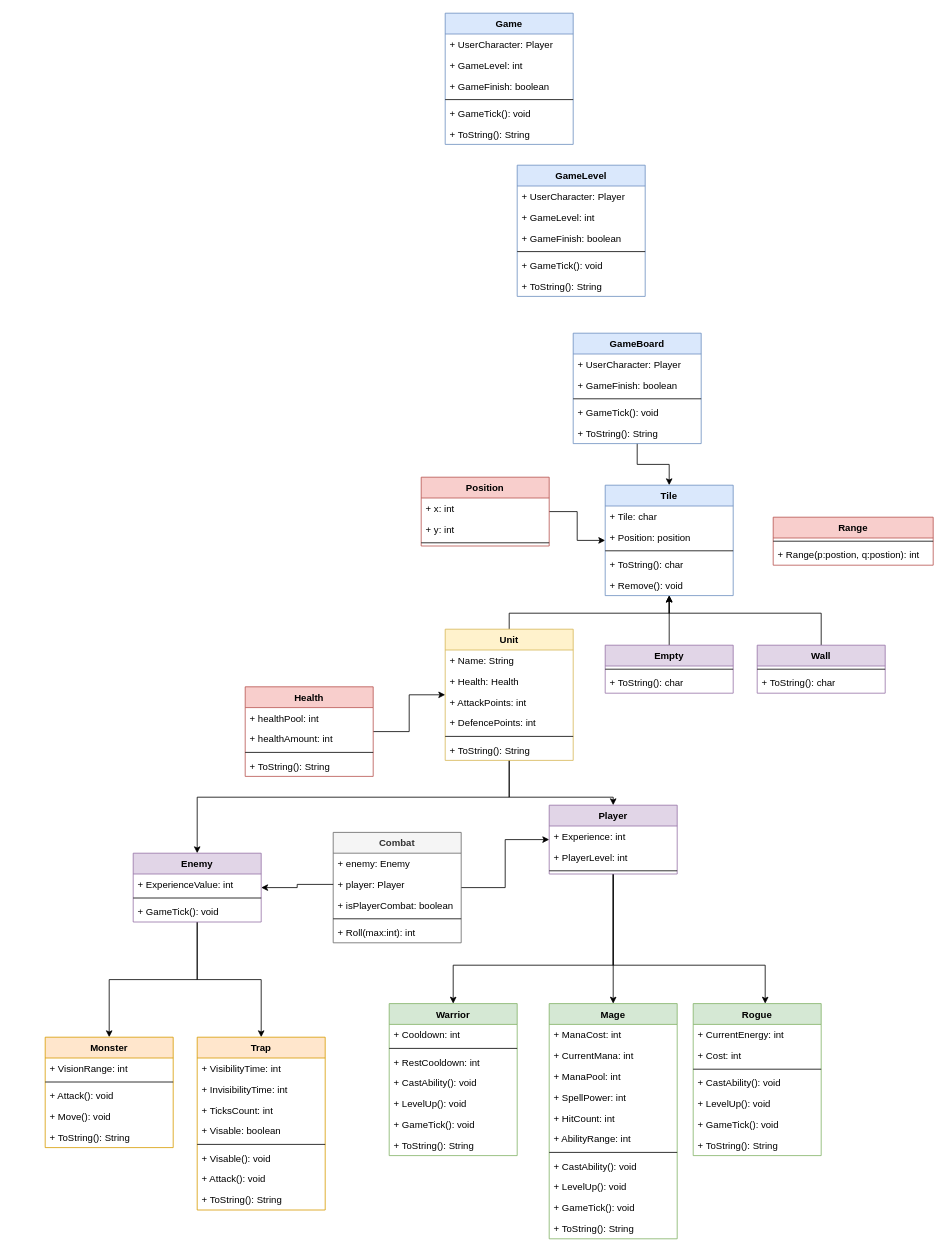
Before: hw3.drawio in inbarbc/Dungeons_and_Dragons, a draw.io diagram. Source tidied: cells renumbered, new cells numbered last; positions are measured from the earlier drawing's top-left corner, leaving out a move shared by most shapes. Both pictures are drawn from the tidied source at 80%, with x=0, y=0 at pixel (45, 13).
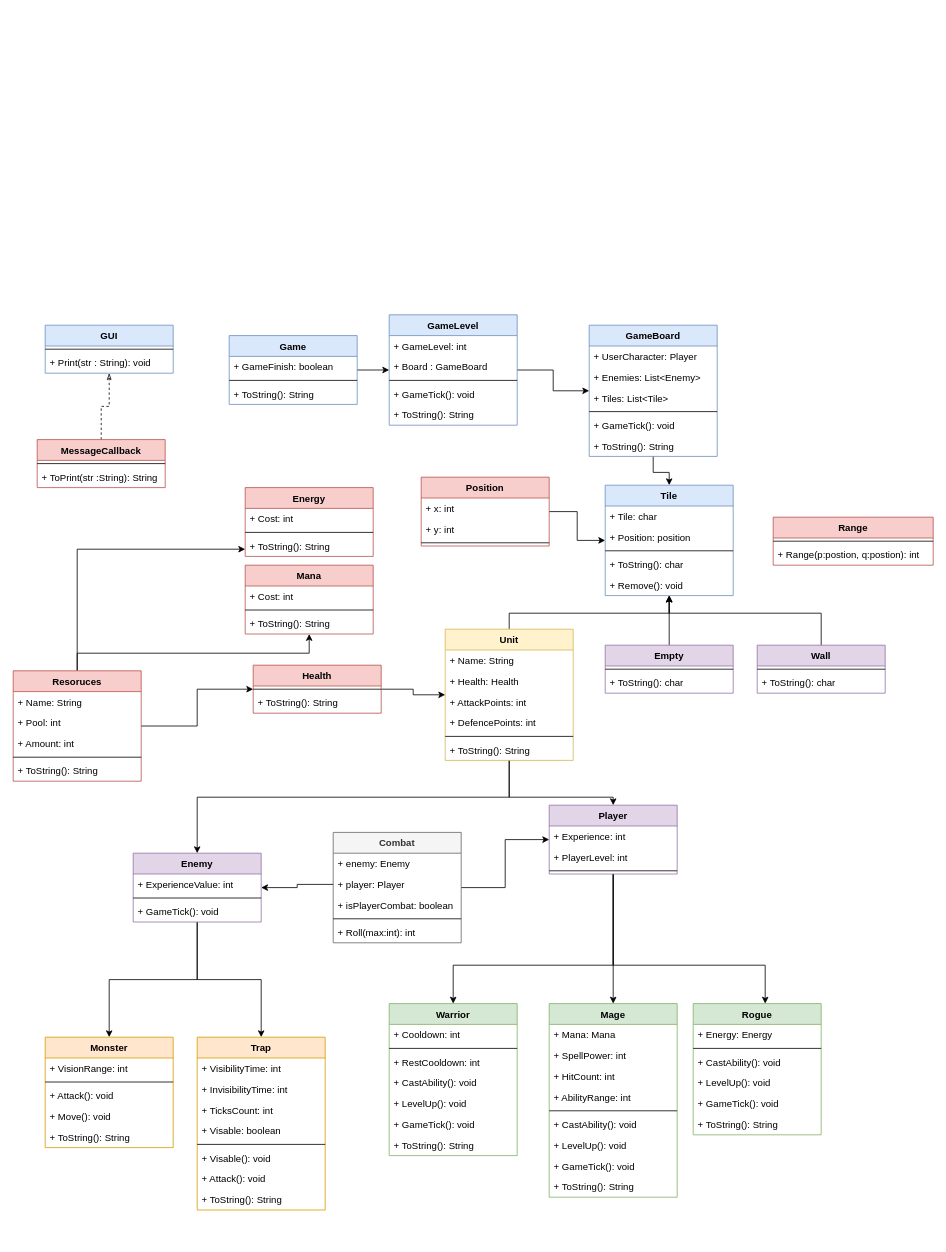
The same page after the edit.

Diff of the diagram source:
```diff
@@
     <mxCell id="3" value="GameBoard" style="swimlane;fontStyle=1;align=center;verticalAlign=top;horizontal=1;startSize=26;fillColor=#dae8fc;strokeColor=#6c8ebf;" parent="1" vertex="1">
-      <mxGeometry x="660" y="400" width="160" height="138" as="geometry" />
+      <mxGeometry x="680" y="390" width="160" height="164" as="geometry" />
     </mxCell>
@@
-    <mxCell id="5" value="+ GameFinish: boolean" style="text;strokeColor=none;fillColor=none;align=left;verticalAlign=top;spacingLeft=4;spacingRight=4;overflow=hidden;" parent="3" vertex="1">
-      <mxGeometry y="52" width="160" height="26" as="geometry" />
-    </mxCell>
+    <mxCell id="125" value="+ Enemies: List&lt;Enemy&gt;" style="text;strokeColor=none;fillColor=none;align=left;verticalAlign=top;spacingLeft=4;spacingRight=4;overflow=hidden;" parent="3" vertex="1">
+      <mxGeometry y="52" width="160" height="26" as="geometry" />
+    </mxCell>
+    <mxCell id="126" value="+ Tiles: List&lt;Tile&gt;" style="text;strokeColor=none;fillColor=none;align=left;verticalAlign=top;spacingLeft=4;spacingRight=4;overflow=hidden;" parent="3" vertex="1">
+      <mxGeometry y="78" width="160" height="26" as="geometry" />
+    </mxCell>
     <mxCell id="6" style="line;strokeWidth=1;fillColor=none;align=left;verticalAlign=middle;spacingTop=-1;spacingLeft=3;spacingRight=3;labelPosition=right;" parent="3" vertex="1">
-      <mxGeometry y="78" width="160" height="8" as="geometry" />
+      <mxGeometry y="104" width="160" height="8" as="geometry" />
     </mxCell>
     <mxCell id="7" value="+ GameTick(): void" style="text;strokeColor=none;fillColor=none;align=left;verticalAlign=top;spacingLeft=4;spacingRight=4;overflow=hidden;" parent="3" vertex="1">
-      <mxGeometry y="86" width="160" height="26" as="geometry" />
+      <mxGeometry y="112" width="160" height="26" as="geometry" />
     </mxCell>
     <mxCell id="8" value="+ ToString(): String" style="text;strokeColor=none;fillColor=none;align=left;verticalAlign=top;spacingLeft=4;spacingRight=4;overflow=hidden;" parent="3" vertex="1">
-      <mxGeometry y="112" width="160" height="26" as="geometry" />
+      <mxGeometry y="138" width="160" height="26" as="geometry" />
     </mxCell>
@@
     <mxCell id="62" value="Health" style="swimlane;fontStyle=1;align=center;verticalAlign=top;horizontal=1;startSize=26;fillColor=#f8cecc;strokeColor=#b85450;" parent="1" vertex="1">
-      <mxGeometry x="250" y="842" width="160" height="112" as="geometry" />
+      <mxGeometry x="260" y="815" width="160" height="60" as="geometry" />
     </mxCell>
-    <mxCell id="63" value="+ healthPool: int" style="text;strokeColor=none;fillColor=none;align=left;verticalAlign=top;spacingLeft=4;spacingRight=4;overflow=hidden;" parent="62" vertex="1">
-      <mxGeometry y="26" width="160" height="26" as="geometry" />
-    </mxCell>
-    <mxCell id="64" value="+ healthAmount: int" style="text;strokeColor=none;fillColor=none;align=left;verticalAlign=top;spacingLeft=4;spacingRight=4;overflow=hidden;" parent="62" vertex="1">
-      <mxGeometry y="52" width="160" height="26" as="geometry" />
-    </mxCell>
     <mxCell id="65" style="line;strokeWidth=1;fillColor=none;align=left;verticalAlign=middle;spacingTop=-1;spacingLeft=3;spacingRight=3;labelPosition=right;" parent="62" vertex="1">
-      <mxGeometry y="78" width="160" height="8" as="geometry" />
+      <mxGeometry y="26" width="160" height="8" as="geometry" />
     </mxCell>
-    <mxCell id="66" value="+ ToString(): String" style="text;strokeColor=none;fillColor=none;align=left;verticalAlign=top;spacingLeft=4;spacingRight=4;overflow=hidden;" parent="62" vertex="1">
-      <mxGeometry y="86" width="160" height="26" as="geometry" />
-    </mxCell>
+    <mxCell id="127" value="+ ToString(): String" style="text;strokeColor=none;fillColor=none;align=left;verticalAlign=top;spacingLeft=4;spacingRight=4;overflow=hidden;" parent="62" vertex="1">
+      <mxGeometry y="34" width="160" height="26" as="geometry" />
+    </mxCell>
@@
     <mxCell id="75" value="Mage" style="swimlane;fontStyle=1;align=center;verticalAlign=top;horizontal=1;startSize=26;fillColor=#d5e8d4;strokeColor=#82b366;" parent="1" vertex="1">
-      <mxGeometry x="630" y="1238" width="160" height="294" as="geometry" />
+      <mxGeometry x="630" y="1238" width="160" height="242" as="geometry" />
     </mxCell>
-    <mxCell id="76" value="+ ManaCost: int" style="text;strokeColor=none;fillColor=none;align=left;verticalAlign=top;spacingLeft=4;spacingRight=4;overflow=hidden;" parent="75" vertex="1">
-      <mxGeometry y="26" width="160" height="26" as="geometry" />
-    </mxCell>
-    <mxCell id="77" value="+ CurrentMana: int" style="text;strokeColor=none;fillColor=none;align=left;verticalAlign=top;spacingLeft=4;spacingRight=4;overflow=hidden;" parent="75" vertex="1">
-      <mxGeometry y="52" width="160" height="26" as="geometry" />
-    </mxCell>
-    <mxCell id="78" value="+ ManaPool: int" style="text;strokeColor=none;fillColor=none;align=left;verticalAlign=top;spacingLeft=4;spacingRight=4;overflow=hidden;" parent="75" vertex="1">
-      <mxGeometry y="78" width="160" height="26" as="geometry" />
-    </mxCell>
+    <mxCell id="128" value="+ Mana: Mana" style="text;strokeColor=none;fillColor=none;align=left;verticalAlign=top;spacingLeft=4;spacingRight=4;overflow=hidden;" parent="75" vertex="1">
+      <mxGeometry y="26" width="160" height="26" as="geometry" />
+    </mxCell>
     <mxCell id="79" value="+ SpellPower: int" style="text;strokeColor=none;fillColor=none;align=left;verticalAlign=top;spacingLeft=4;spacingRight=4;overflow=hidden;" parent="75" vertex="1">
-      <mxGeometry y="104" width="160" height="26" as="geometry" />
+      <mxGeometry y="52" width="160" height="26" as="geometry" />
     </mxCell>
     <mxCell id="80" value="+ HitCount: int" style="text;strokeColor=none;fillColor=none;align=left;verticalAlign=top;spacingLeft=4;spacingRight=4;overflow=hidden;" parent="75" vertex="1">
-      <mxGeometry y="130" width="160" height="26" as="geometry" />
+      <mxGeometry y="78" width="160" height="26" as="geometry" />
     </mxCell>
     <mxCell id="81" value="+ AbilityRange: int" style="text;strokeColor=none;fillColor=none;align=left;verticalAlign=top;spacingLeft=4;spacingRight=4;overflow=hidden;" parent="75" vertex="1">
-      <mxGeometry y="156" width="160" height="26" as="geometry" />
+      <mxGeometry y="104" width="160" height="26" as="geometry" />
     </mxCell>
     <mxCell id="82" style="line;strokeWidth=1;fillColor=none;align=left;verticalAlign=middle;spacingTop=-1;spacingLeft=3;spacingRight=3;labelPosition=right;" parent="75" vertex="1">
-      <mxGeometry y="182" width="160" height="8" as="geometry" />
+      <mxGeometry y="130" width="160" height="8" as="geometry" />
     </mxCell>
     <mxCell id="83" value="+ CastAbility(): void" style="text;strokeColor=none;fillColor=none;align=left;verticalAlign=top;spacingLeft=4;spacingRight=4;overflow=hidden;" parent="75" vertex="1">
-      <mxGeometry y="190" width="160" height="26" as="geometry" />
+      <mxGeometry y="138" width="160" height="26" as="geometry" />
     </mxCell>
     <mxCell id="84" value="+ LevelUp(): void" style="text;strokeColor=none;fillColor=none;align=left;verticalAlign=top;spacingLeft=4;spacingRight=4;overflow=hidden;" parent="75" vertex="1">
-      <mxGeometry y="216" width="160" height="26" as="geometry" />
+      <mxGeometry y="164" width="160" height="26" as="geometry" />
     </mxCell>
     <mxCell id="85" value="+ GameTick(): void" style="text;strokeColor=none;fillColor=none;align=left;verticalAlign=top;spacingLeft=4;spacingRight=4;overflow=hidden;" parent="75" vertex="1">
-      <mxGeometry y="242" width="160" height="26" as="geometry" />
+      <mxGeometry y="190" width="160" height="26" as="geometry" />
     </mxCell>
     <mxCell id="86" value="+ ToString(): String" style="text;strokeColor=none;fillColor=none;align=left;verticalAlign=top;spacingLeft=4;spacingRight=4;overflow=hidden;" parent="75" vertex="1">
-      <mxGeometry y="268" width="160" height="26" as="geometry" />
+      <mxGeometry y="216" width="160" height="26" as="geometry" />
     </mxCell>
     <mxCell id="87" value="Rogue" style="swimlane;fontStyle=1;align=center;verticalAlign=top;horizontal=1;startSize=26;fillColor=#d5e8d4;strokeColor=#82b366;" parent="1" vertex="1">
-      <mxGeometry x="810" y="1238" width="160" height="190" as="geometry" />
+      <mxGeometry x="810" y="1238" width="160" height="164" as="geometry" />
     </mxCell>
-    <mxCell id="88" value="+ CurrentEnergy: int" style="text;strokeColor=none;fillColor=none;align=left;verticalAlign=top;spacingLeft=4;spacingRight=4;overflow=hidden;" parent="87" vertex="1">
+    <mxCell id="88" value="+ Energy: Energy" style="text;strokeColor=none;fillColor=none;align=left;verticalAlign=top;spacingLeft=4;spacingRight=4;overflow=hidden;" parent="87" vertex="1">
       <mxGeometry y="26" width="160" height="26" as="geometry" />
     </mxCell>
-    <mxCell id="89" value="+ Cost: int" style="text;strokeColor=none;fillColor=none;align=left;verticalAlign=top;spacingLeft=4;spacingRight=4;overflow=hidden;" parent="87" vertex="1">
-      <mxGeometry y="52" width="160" height="26" as="geometry" />
-    </mxCell>
     <mxCell id="90" style="line;strokeWidth=1;fillColor=none;align=left;verticalAlign=middle;spacingTop=-1;spacingLeft=3;spacingRight=3;labelPosition=right;" parent="87" vertex="1">
-      <mxGeometry y="78" width="160" height="8" as="geometry" />
+      <mxGeometry y="52" width="160" height="8" as="geometry" />
     </mxCell>
     <mxCell id="91" value="+ CastAbility(): void" style="text;strokeColor=none;fillColor=none;align=left;verticalAlign=top;spacingLeft=4;spacingRight=4;overflow=hidden;" parent="87" vertex="1">
-      <mxGeometry y="86" width="160" height="26" as="geometry" />
+      <mxGeometry y="60" width="160" height="26" as="geometry" />
     </mxCell>
     <mxCell id="92" value="+ LevelUp(): void" style="text;strokeColor=none;fillColor=none;align=left;verticalAlign=top;spacingLeft=4;spacingRight=4;overflow=hidden;" parent="87" vertex="1">
-      <mxGeometry y="112" width="160" height="26" as="geometry" />
+      <mxGeometry y="86" width="160" height="26" as="geometry" />
     </mxCell>
     <mxCell id="93" value="+ GameTick(): void" style="text;strokeColor=none;fillColor=none;align=left;verticalAlign=top;spacingLeft=4;spacingRight=4;overflow=hidden;" parent="87" vertex="1">
-      <mxGeometry y="138" width="160" height="26" as="geometry" />
+      <mxGeometry y="112" width="160" height="26" as="geometry" />
     </mxCell>
     <mxCell id="94" value="+ ToString(): String" style="text;strokeColor=none;fillColor=none;align=left;verticalAlign=top;spacingLeft=4;spacingRight=4;overflow=hidden;" parent="87" vertex="1">
-      <mxGeometry y="164" width="160" height="26" as="geometry" />
+      <mxGeometry y="138" width="160" height="26" as="geometry" />
     </mxCell>
@@
+    <mxCell id="129" style="edgeStyle=orthogonalEdgeStyle;rounded=0;jettySize=auto;html=1;" parent="1" edge="1" source="111" target="3">
+      <mxGeometry relative="1" as="geometry" />
+    </mxCell>
     <mxCell id="111" value="GameLevel" style="swimlane;fontStyle=1;align=center;verticalAlign=top;horizontal=1;startSize=26;fillColor=#dae8fc;strokeColor=#6c8ebf;" parent="1" vertex="1">
-      <mxGeometry x="590" y="190" width="160" height="164" as="geometry" />
+      <mxGeometry x="430" y="377" width="160" height="138" as="geometry" />
     </mxCell>
-    <mxCell id="112" value="+ UserCharacter: Player" style="text;strokeColor=none;fillColor=none;align=left;verticalAlign=top;spacingLeft=4;spacingRight=4;overflow=hidden;" parent="111" vertex="1">
-      <mxGeometry y="26" width="160" height="26" as="geometry" />
-    </mxCell>
     <mxCell id="113" value="+ GameLevel: int" style="text;strokeColor=none;fillColor=none;align=left;verticalAlign=top;spacingLeft=4;spacingRight=4;overflow=hidden;" parent="111" vertex="1">
-      <mxGeometry y="52" width="160" height="26" as="geometry" />
+      <mxGeometry y="26" width="160" height="26" as="geometry" />
     </mxCell>
-    <mxCell id="114" value="+ GameFinish: boolean" style="text;strokeColor=none;fillColor=none;align=left;verticalAlign=top;spacingLeft=4;spacingRight=4;overflow=hidden;" parent="111" vertex="1">
-      <mxGeometry y="78" width="160" height="26" as="geometry" />
-    </mxCell>
+    <mxCell id="130" value="+ Board : GameBoard" style="text;strokeColor=none;fillColor=none;align=left;verticalAlign=top;spacingLeft=4;spacingRight=4;overflow=hidden;" parent="111" vertex="1">
+      <mxGeometry y="52" width="160" height="26" as="geometry" />
+    </mxCell>
     <mxCell id="115" style="line;strokeWidth=1;fillColor=none;align=left;verticalAlign=middle;spacingTop=-1;spacingLeft=3;spacingRight=3;labelPosition=right;" parent="111" vertex="1">
-      <mxGeometry y="104" width="160" height="8" as="geometry" />
+      <mxGeometry y="78" width="160" height="8" as="geometry" />
     </mxCell>
     <mxCell id="116" value="+ GameTick(): void" style="text;strokeColor=none;fillColor=none;align=left;verticalAlign=top;spacingLeft=4;spacingRight=4;overflow=hidden;" parent="111" vertex="1">
-      <mxGeometry y="112" width="160" height="26" as="geometry" />
+      <mxGeometry y="86" width="160" height="26" as="geometry" />
     </mxCell>
     <mxCell id="117" value="+ ToString(): String" style="text;strokeColor=none;fillColor=none;align=left;verticalAlign=top;spacingLeft=4;spacingRight=4;overflow=hidden;" parent="111" vertex="1">
-      <mxGeometry y="138" width="160" height="26" as="geometry" />
+      <mxGeometry y="112" width="160" height="26" as="geometry" />
     </mxCell>
+    <mxCell id="131" style="edgeStyle=orthogonalEdgeStyle;rounded=0;jettySize=auto;html=1;" parent="1" edge="1" source="118" target="111">
+      <mxGeometry relative="1" as="geometry" />
+    </mxCell>
     <mxCell id="118" value="Game&#10;" style="swimlane;fontStyle=1;align=center;verticalAlign=top;horizontal=1;startSize=26;fillColor=#dae8fc;strokeColor=#6c8ebf;" parent="1" vertex="1">
-      <mxGeometry x="500" width="160" height="164" as="geometry" />
+      <mxGeometry x="230" y="403" width="160" height="86" as="geometry" />
     </mxCell>
-    <mxCell id="119" value="+ UserCharacter: Player" style="text;strokeColor=none;fillColor=none;align=left;verticalAlign=top;spacingLeft=4;spacingRight=4;overflow=hidden;" parent="118" vertex="1">
-      <mxGeometry y="26" width="160" height="26" as="geometry" />
-    </mxCell>
-    <mxCell id="120" value="+ GameLevel: int" style="text;strokeColor=none;fillColor=none;align=left;verticalAlign=top;spacingLeft=4;spacingRight=4;overflow=hidden;" parent="118" vertex="1">
-      <mxGeometry y="52" width="160" height="26" as="geometry" />
-    </mxCell>
     <mxCell id="121" value="+ GameFinish: boolean" style="text;strokeColor=none;fillColor=none;align=left;verticalAlign=top;spacingLeft=4;spacingRight=4;overflow=hidden;" parent="118" vertex="1">
-      <mxGeometry y="78" width="160" height="26" as="geometry" />
+      <mxGeometry y="26" width="160" height="26" as="geometry" />
     </mxCell>
     <mxCell id="122" style="line;strokeWidth=1;fillColor=none;align=left;verticalAlign=middle;spacingTop=-1;spacingLeft=3;spacingRight=3;labelPosition=right;" parent="118" vertex="1">
-      <mxGeometry y="104" width="160" height="8" as="geometry" />
+      <mxGeometry y="52" width="160" height="8" as="geometry" />
     </mxCell>
-    <mxCell id="123" value="+ GameTick(): void" style="text;strokeColor=none;fillColor=none;align=left;verticalAlign=top;spacingLeft=4;spacingRight=4;overflow=hidden;" parent="118" vertex="1">
-      <mxGeometry y="112" width="160" height="26" as="geometry" />
-    </mxCell>
     <mxCell id="124" value="+ ToString(): String" style="text;strokeColor=none;fillColor=none;align=left;verticalAlign=top;spacingLeft=4;spacingRight=4;overflow=hidden;" parent="118" vertex="1">
-      <mxGeometry y="138" width="160" height="26" as="geometry" />
+      <mxGeometry y="60" width="160" height="26" as="geometry" />
     </mxCell>
+    <mxCell id="132" style="edgeStyle=orthogonalEdgeStyle;rounded=0;jettySize=auto;html=1;" parent="1" edge="1" source="135" target="62">
+      <mxGeometry relative="1" as="geometry" />
+    </mxCell>
+    <mxCell id="133" style="edgeStyle=orthogonalEdgeStyle;rounded=0;jettySize=auto;html=1;" parent="1" edge="1" source="135" target="140">
+      <mxGeometry relative="1" as="geometry">
+        <Array as="points">
+          <mxPoint x="40" y="800" />
+          <mxPoint x="330" y="800" />
+        </Array>
+      </mxGeometry>
+    </mxCell>
+    <mxCell id="134" style="edgeStyle=orthogonalEdgeStyle;rounded=0;jettySize=auto;html=1;" parent="1" edge="1" source="135" target="144">
+      <mxGeometry relative="1" as="geometry">
+        <Array as="points">
+          <mxPoint x="40" y="670" />
+          <mxPoint x="340" y="670" />
+        </Array>
+      </mxGeometry>
+    </mxCell>
+    <mxCell id="135" value="Resoruces" style="swimlane;fontStyle=1;align=center;verticalAlign=top;horizontal=1;startSize=26;fillColor=#f8cecc;strokeColor=#b85450;" parent="1" vertex="1">
+      <mxGeometry x="-40" y="822" width="160" height="138" as="geometry" />
+    </mxCell>
+    <mxCell id="136" value="+ Name: String" style="text;strokeColor=none;fillColor=none;align=left;verticalAlign=top;spacingLeft=4;spacingRight=4;overflow=hidden;" parent="135" vertex="1">
+      <mxGeometry y="26" width="160" height="26" as="geometry" />
+    </mxCell>
+    <mxCell id="137" value="+ Pool: int" style="text;strokeColor=none;fillColor=none;align=left;verticalAlign=top;spacingLeft=4;spacingRight=4;overflow=hidden;" parent="135" vertex="1">
+      <mxGeometry y="52" width="160" height="26" as="geometry" />
+    </mxCell>
+    <mxCell id="138" value="+ Amount: int" style="text;strokeColor=none;fillColor=none;align=left;verticalAlign=top;spacingLeft=4;spacingRight=4;overflow=hidden;" parent="135" vertex="1">
+      <mxGeometry y="78" width="160" height="26" as="geometry" />
+    </mxCell>
+    <mxCell id="139" style="line;strokeWidth=1;fillColor=none;align=left;verticalAlign=middle;spacingTop=-1;spacingLeft=3;spacingRight=3;labelPosition=right;" parent="135" vertex="1">
+      <mxGeometry y="104" width="160" height="8" as="geometry" />
+    </mxCell>
+    <mxCell id="66" value="+ ToString(): String" style="text;strokeColor=none;fillColor=none;align=left;verticalAlign=top;spacingLeft=4;spacingRight=4;overflow=hidden;" parent="135" vertex="1">
+      <mxGeometry y="112" width="160" height="26" as="geometry" />
+    </mxCell>
+    <mxCell id="140" value="Mana" style="swimlane;fontStyle=1;align=center;verticalAlign=top;horizontal=1;startSize=26;fillColor=#f8cecc;strokeColor=#b85450;" parent="1" vertex="1">
+      <mxGeometry x="250" y="690" width="160" height="86" as="geometry" />
+    </mxCell>
+    <mxCell id="141" value="+ Cost: int" style="text;strokeColor=none;fillColor=none;align=left;verticalAlign=top;spacingLeft=4;spacingRight=4;overflow=hidden;" parent="140" vertex="1">
+      <mxGeometry y="26" width="160" height="26" as="geometry" />
+    </mxCell>
+    <mxCell id="142" style="line;strokeWidth=1;fillColor=none;align=left;verticalAlign=middle;spacingTop=-1;spacingLeft=3;spacingRight=3;labelPosition=right;" parent="140" vertex="1">
+      <mxGeometry y="52" width="160" height="8" as="geometry" />
+    </mxCell>
+    <mxCell id="143" value="+ ToString(): String" style="text;strokeColor=none;fillColor=none;align=left;verticalAlign=top;spacingLeft=4;spacingRight=4;overflow=hidden;" parent="140" vertex="1">
+      <mxGeometry y="60" width="160" height="26" as="geometry" />
+    </mxCell>
+    <mxCell id="144" value="Energy&#10;" style="swimlane;fontStyle=1;align=center;verticalAlign=top;horizontal=1;startSize=26;fillColor=#f8cecc;strokeColor=#b85450;" parent="1" vertex="1">
+      <mxGeometry x="250" y="593" width="160" height="86" as="geometry" />
+    </mxCell>
+    <mxCell id="145" value="+ Cost: int" style="text;strokeColor=none;fillColor=none;align=left;verticalAlign=top;spacingLeft=4;spacingRight=4;overflow=hidden;" parent="144" vertex="1">
+      <mxGeometry y="26" width="160" height="26" as="geometry" />
+    </mxCell>
+    <mxCell id="146" style="line;strokeWidth=1;fillColor=none;align=left;verticalAlign=middle;spacingTop=-1;spacingLeft=3;spacingRight=3;labelPosition=right;" parent="144" vertex="1">
+      <mxGeometry y="52" width="160" height="8" as="geometry" />
+    </mxCell>
+    <mxCell id="147" value="+ ToString(): String" style="text;strokeColor=none;fillColor=none;align=left;verticalAlign=top;spacingLeft=4;spacingRight=4;overflow=hidden;" parent="144" vertex="1">
+      <mxGeometry y="60" width="160" height="26" as="geometry" />
+    </mxCell>
+    <mxCell id="148" style="edgeStyle=orthogonalEdgeStyle;rounded=0;jettySize=auto;html=1;dashed=1;endArrow=classicThin;endFill=0;" parent="1" edge="1" source="149" target="152">
+      <mxGeometry relative="1" as="geometry" />
+    </mxCell>
+    <mxCell id="149" value="MessageCallback&#10;" style="swimlane;fontStyle=1;align=center;verticalAlign=top;horizontal=1;startSize=26;fillColor=#f8cecc;strokeColor=#b85450;" parent="1" vertex="1">
+      <mxGeometry x="-10" y="533" width="160" height="60" as="geometry" />
+    </mxCell>
+    <mxCell id="150" style="line;strokeWidth=1;fillColor=none;align=left;verticalAlign=middle;spacingTop=-1;spacingLeft=3;spacingRight=3;labelPosition=right;" parent="149" vertex="1">
+      <mxGeometry y="26" width="160" height="8" as="geometry" />
+    </mxCell>
+    <mxCell id="151" value="+ ToPrint(str :String): String" style="text;strokeColor=none;fillColor=none;align=left;verticalAlign=top;spacingLeft=4;spacingRight=4;overflow=hidden;" parent="149" vertex="1">
+      <mxGeometry y="34" width="160" height="26" as="geometry" />
+    </mxCell>
+    <mxCell id="152" value="GUI" style="swimlane;fontStyle=1;align=center;verticalAlign=top;horizontal=1;startSize=26;fillColor=#dae8fc;strokeColor=#6c8ebf;" parent="1" vertex="1">
+      <mxGeometry y="390" width="160" height="60" as="geometry" />
+    </mxCell>
+    <mxCell id="153" style="line;strokeWidth=1;fillColor=none;align=left;verticalAlign=middle;spacingTop=-1;spacingLeft=3;spacingRight=3;labelPosition=right;" parent="152" vertex="1">
+      <mxGeometry y="26" width="160" height="8" as="geometry" />
+    </mxCell>
+    <mxCell id="154" value="+ Print(str : String): void" style="text;strokeColor=none;fillColor=none;align=left;verticalAlign=top;spacingLeft=4;spacingRight=4;overflow=hidden;" parent="152" vertex="1">
+      <mxGeometry y="34" width="160" height="26" as="geometry" />
+    </mxCell>
```
